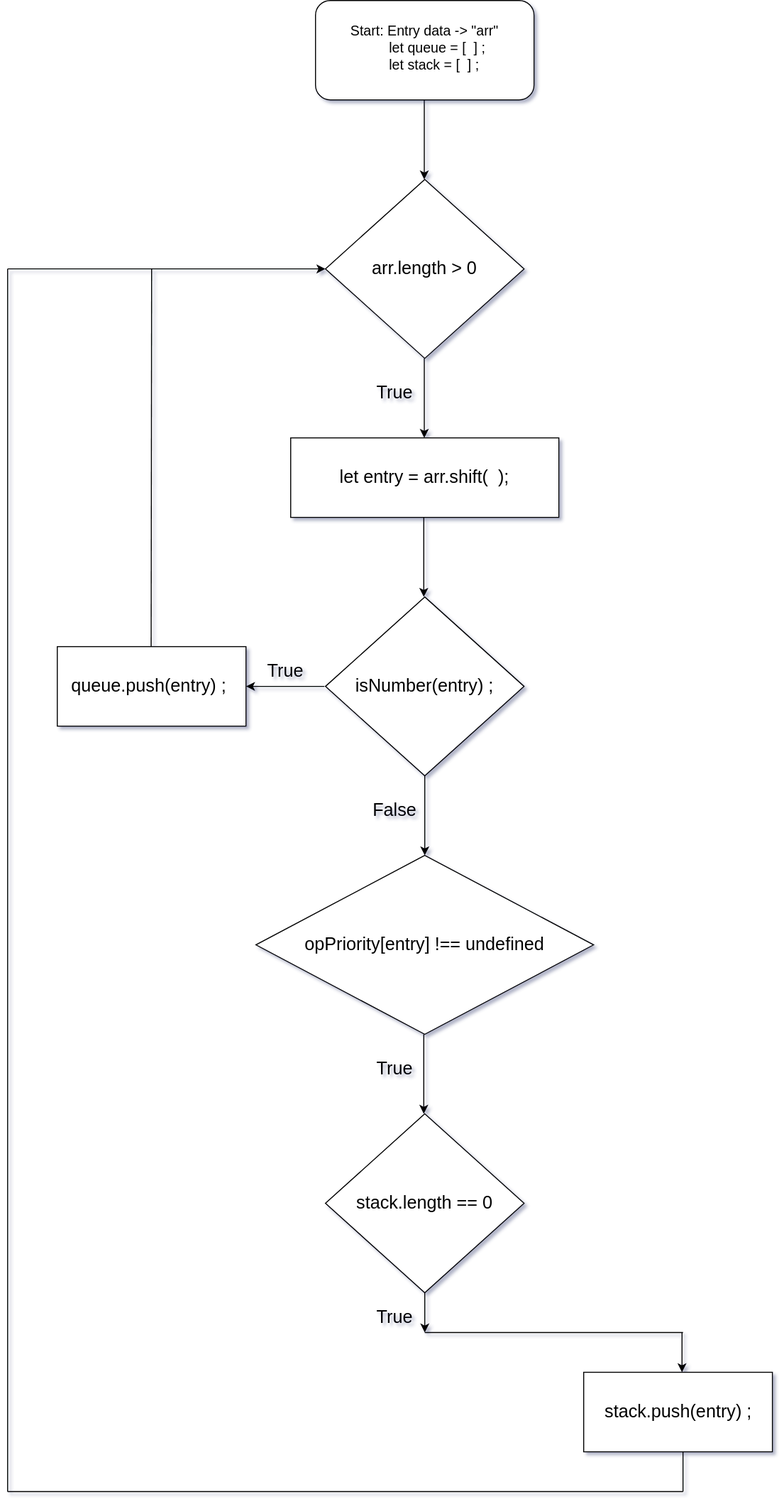
Above: Untitled Diagram.drawio.svg in jcgm3205/jcgm3205 (draw.io), before the change. Source tidied: cells renumbered, new cells last; positions are measured from the earlier drawing's top-left corner, leaving out a move shared by most shapes.
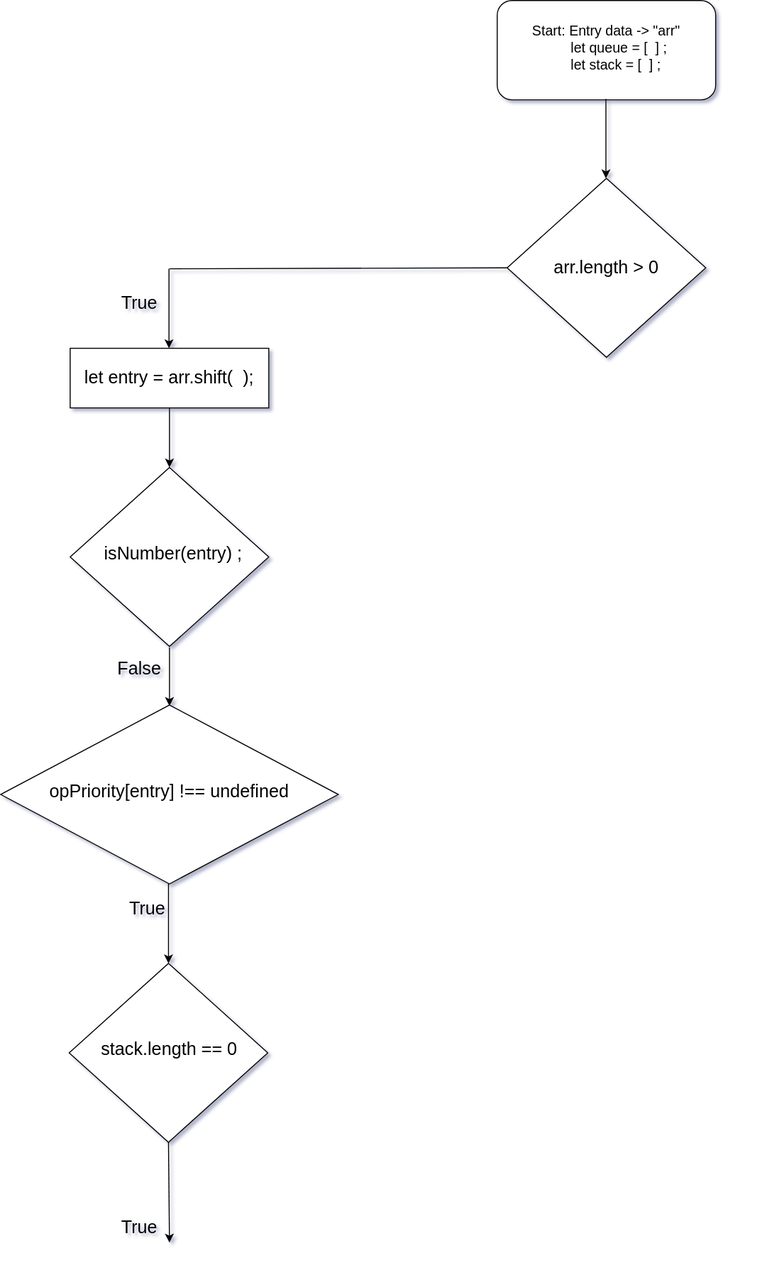
The same file after the commit.

Diff of the diagram source:
```diff
@@ -3,22 +3,22 @@
     <mxCell id="0" />
     <mxCell id="1" parent="0" />
     <mxCell id="2" style="rounded=1;whiteSpace=wrap;html=1;" parent="1" vertex="1">
-      <mxGeometry x="310" width="220" height="100" as="geometry" />
+      <mxGeometry x="750" y="90" width="220" height="100" as="geometry" />
     </mxCell>
     <mxCell id="3" value="&lt;font&gt;&lt;span style=&quot;font-size: 14px&quot;&gt;Start: Entry data -&amp;gt; &quot;arr&quot;&lt;/span&gt;&lt;br&gt;&lt;div style=&quot;text-align: left&quot;&gt;&lt;span style=&quot;font-size: 14px&quot;&gt;&amp;nbsp; &amp;nbsp; &amp;nbsp; &amp;nbsp; &amp;nbsp; let queue = [&amp;nbsp; ] ;&lt;/span&gt;&lt;/div&gt;&lt;div style=&quot;text-align: left&quot;&gt;&lt;span style=&quot;font-size: 14px&quot;&gt;&amp;nbsp; &amp;nbsp; &amp;nbsp; &amp;nbsp; &amp;nbsp; let stack = [&amp;nbsp; ] ;&lt;/span&gt;&lt;/div&gt;&lt;br&gt;&lt;/font&gt;" style="text;html=1;strokeColor=none;fillColor=none;align=center;verticalAlign=middle;whiteSpace=wrap;rounded=0;" parent="1" vertex="1">
-      <mxGeometry x="270" width="300" height="110" as="geometry" />
+      <mxGeometry x="710" y="90" width="300" height="110" as="geometry" />
     </mxCell>
     <mxCell id="4" style="endArrow=classic;html=1;rounded=0;fontSize=14;" parent="1" edge="1">
       <mxGeometry relative="1" as="geometry">
-        <mxPoint x="419.5" y="100" as="sourcePoint" />
-        <mxPoint x="419.5" y="180" as="targetPoint" />
+        <mxPoint x="859.5" y="189" as="sourcePoint" />
+        <mxPoint x="859.5" y="269" as="targetPoint" />
       </mxGeometry>
     </mxCell>
     <mxCell id="5" style="rhombus;whiteSpace=wrap;html=1;fontSize=14;" parent="1" vertex="1">
-      <mxGeometry x="320" y="180" width="200" height="180" as="geometry" />
+      <mxGeometry x="760" y="269" width="200" height="180" as="geometry" />
     </mxCell>
     <mxCell id="6" value="&lt;font style=&quot;font-size: 18px&quot;&gt;arr.length &amp;gt; 0&lt;/font&gt;" style="text;html=1;strokeColor=none;fillColor=none;align=center;verticalAlign=middle;whiteSpace=wrap;rounded=0;fontSize=14;" parent="1" vertex="1">
-      <mxGeometry x="360" y="220" width="120" height="100" as="geometry" />
+      <mxGeometry x="800" y="309" width="120" height="100" as="geometry" />
     </mxCell>
     <mxCell id="7" style="endArrow=classic;html=1;rounded=0;fontSize=14;" parent="1" edge="1">
       <mxGeometry relative="1" as="geometry">
@@ -30,120 +30,63 @@
       <mxGeometry x="360" y="380" width="60" height="30" as="geometry" />
     </mxCell>
     <mxCell id="9" style="rounded=0;whiteSpace=wrap;html=1;fontSize=18;" parent="1" vertex="1">
-      <mxGeometry x="285" y="440" width="270" height="80" as="geometry" />
+      <mxGeometry x="320" y="440" width="200" height="60" as="geometry" />
     </mxCell>
     <mxCell id="10" value="let entry = arr.shift(&amp;nbsp; );" style="text;html=1;strokeColor=none;fillColor=none;align=center;verticalAlign=middle;whiteSpace=wrap;rounded=0;fontSize=18;" parent="1" vertex="1">
-      <mxGeometry x="320" y="450" width="200" height="60" as="geometry" />
+      <mxGeometry x="320" y="440" width="200" height="60" as="geometry" />
     </mxCell>
-    <mxCell id="11" style="endArrow=classic;html=1;rounded=0;fontSize=14;" parent="1" edge="1">
-      <mxGeometry relative="1" as="geometry">
-        <mxPoint x="419" y="520" as="sourcePoint" />
-        <mxPoint x="419" y="600" as="targetPoint" />
-      </mxGeometry>
-    </mxCell>
     <mxCell id="12" style="rhombus;whiteSpace=wrap;html=1;fontSize=14;" parent="1" vertex="1">
-      <mxGeometry x="320" y="600" width="200" height="180" as="geometry" />
+      <mxGeometry x="320" y="560" width="200" height="180" as="geometry" />
     </mxCell>
     <mxCell id="13" value="isNumber(entry) ;" style="text;html=1;strokeColor=none;fillColor=none;align=center;verticalAlign=middle;whiteSpace=wrap;rounded=0;fontSize=18;" parent="1" vertex="1">
-      <mxGeometry x="340" y="640" width="160" height="100" as="geometry" />
+      <mxGeometry x="344" y="597" width="160" height="100" as="geometry" />
     </mxCell>
-    <mxCell id="14" style="endArrow=classic;html=1;rounded=0;fontSize=14;" parent="1" edge="1">
-      <mxGeometry relative="1" as="geometry">
-        <mxPoint x="319" y="690" as="sourcePoint" />
-        <mxPoint x="240" y="690" as="targetPoint" />
-      </mxGeometry>
-    </mxCell>
-    <mxCell id="15" value="True" style="text;html=1;strokeColor=none;fillColor=none;align=center;verticalAlign=middle;whiteSpace=wrap;rounded=0;fontSize=18;" parent="1" vertex="1">
-      <mxGeometry x="250" y="660" width="60" height="30" as="geometry" />
-    </mxCell>
-    <mxCell id="16" style="rounded=0;whiteSpace=wrap;html=1;fontSize=18;" parent="1" vertex="1">
-      <mxGeometry x="50" y="650" width="190" height="80" as="geometry" />
-    </mxCell>
-    <mxCell id="17" value="queue.push(entry) ;&amp;nbsp;" style="text;html=1;strokeColor=none;fillColor=none;align=center;verticalAlign=middle;whiteSpace=wrap;rounded=0;fontSize=18;" parent="1" vertex="1">
-      <mxGeometry x="45" y="670" width="200" height="40" as="geometry" />
-    </mxCell>
-    <mxCell id="18" style="endArrow=none;html=1;rounded=0;fontSize=18;" parent="1" edge="1">
-      <mxGeometry relative="1" as="geometry">
-        <mxPoint x="144.5" y="650" as="sourcePoint" />
-        <mxPoint x="145" y="270" as="targetPoint" />
-      </mxGeometry>
-    </mxCell>
     <mxCell id="19" style="endArrow=classic;html=1;rounded=0;fontSize=18;" parent="1" edge="1">
       <mxGeometry relative="1" as="geometry">
-        <mxPoint x="420" y="780" as="sourcePoint" />
-        <mxPoint x="420" y="860" as="targetPoint" />
+        <mxPoint x="420" y="741" as="sourcePoint" />
+        <mxPoint x="420" y="800" as="targetPoint" />
       </mxGeometry>
     </mxCell>
     <mxCell id="20" value="False" style="text;html=1;strokeColor=none;fillColor=none;align=center;verticalAlign=middle;whiteSpace=wrap;rounded=0;fontSize=18;" parent="1" vertex="1">
-      <mxGeometry x="360" y="800" width="60" height="30" as="geometry" />
+      <mxGeometry x="360" y="748" width="60" height="30" as="geometry" />
     </mxCell>
     <mxCell id="21" style="rhombus;whiteSpace=wrap;html=1;fontSize=14;" parent="1" vertex="1">
-      <mxGeometry x="250" y="860" width="340" height="180" as="geometry" />
+      <mxGeometry x="250" y="799" width="340" height="180" as="geometry" />
     </mxCell>
     <mxCell id="22" value="opPriority[entry] !== undefined" style="text;html=1;strokeColor=none;fillColor=none;align=center;verticalAlign=middle;whiteSpace=wrap;rounded=0;fontSize=18;" parent="1" vertex="1">
-      <mxGeometry x="290" y="910" width="260" height="80" as="geometry" />
+      <mxGeometry x="290" y="846" width="260" height="80" as="geometry" />
     </mxCell>
     <mxCell id="23" style="endArrow=classic;html=1;rounded=0;fontSize=18;" parent="1" edge="1">
       <mxGeometry relative="1" as="geometry">
-        <mxPoint x="419" y="1040" as="sourcePoint" />
-        <mxPoint x="419" y="1120" as="targetPoint" />
+        <mxPoint x="419" y="979" as="sourcePoint" />
+        <mxPoint x="419" y="1059" as="targetPoint" />
       </mxGeometry>
     </mxCell>
     <mxCell id="24" value="True" style="text;html=1;strokeColor=none;fillColor=none;align=center;verticalAlign=middle;whiteSpace=wrap;rounded=0;fontSize=18;" parent="1" vertex="1">
-      <mxGeometry x="360" y="1060" width="60" height="30" as="geometry" />
+      <mxGeometry x="368" y="989" width="60" height="30" as="geometry" />
     </mxCell>
     <mxCell id="25" style="rhombus;whiteSpace=wrap;html=1;fontSize=14;" parent="1" vertex="1">
-      <mxGeometry x="320" y="1120" width="200" height="180" as="geometry" />
+      <mxGeometry x="319" y="1059" width="200" height="180" as="geometry" />
     </mxCell>
     <mxCell id="26" value="stack.length == 0" style="text;html=1;strokeColor=none;fillColor=none;align=center;verticalAlign=middle;whiteSpace=wrap;rounded=0;fontSize=18;" parent="1" vertex="1">
-      <mxGeometry x="340" y="1160" width="160" height="100" as="geometry" />
+      <mxGeometry x="340" y="1096" width="160" height="100" as="geometry" />
     </mxCell>
-    <mxCell id="27" style="endArrow=classic;html=1;rounded=0;fontSize=18;entryX=0;entryY=0.5;entryDx=0;entryDy=0;" parent="1" edge="1" target="5">
-      <mxGeometry relative="1" as="geometry">
-        <mxPoint y="270" as="sourcePoint" />
-      </mxGeometry>
-    </mxCell>
     <mxCell id="28" style="endArrow=classic;html=1;rounded=0;fontSize=18;exitX=0.5;exitY=1;exitDx=0;exitDy=0;entryX=1;entryY=1;entryDx=0;entryDy=0;entryPerimeter=0;" parent="1" edge="1" source="25" target="29">
       <mxGeometry relative="1" as="geometry" />
     </mxCell>
     <mxCell id="29" value="True" style="text;html=1;strokeColor=none;fillColor=none;align=center;verticalAlign=middle;whiteSpace=wrap;rounded=0;fontSize=18;" parent="1" vertex="1">
       <mxGeometry x="360" y="1310" width="60" height="30" as="geometry" />
     </mxCell>
-    <mxCell id="30" style="endArrow=none;html=1;rounded=0;fontSize=18;" parent="1" edge="1">
-      <mxGeometry relative="1" as="geometry">
-        <mxPoint x="420" y="1340" as="sourcePoint" />
-        <mxPoint x="680" y="1340" as="targetPoint" />
-      </mxGeometry>
-    </mxCell>
-    <mxCell id="31" style="endArrow=classic;html=1;rounded=0;fontSize=18;" parent="1" edge="1">
-      <mxGeometry relative="1" as="geometry">
-        <mxPoint x="679" y="1340" as="sourcePoint" />
-        <mxPoint x="679" y="1380" as="targetPoint" />
-      </mxGeometry>
-    </mxCell>
-    <mxCell id="32" style="rounded=0;whiteSpace=wrap;html=1;fontSize=18;" parent="1" vertex="1">
-      <mxGeometry x="580" y="1380" width="190" height="80" as="geometry" />
-    </mxCell>
-    <mxCell id="33" value="stack.push(entry) ;" style="text;html=1;align=center;verticalAlign=middle;strokeColor=none;fillColor=none;fontSize=18;" parent="1" vertex="1">
-      <mxGeometry x="595" y="1405" width="160" height="30" as="geometry" />
-    </mxCell>
-    <mxCell id="34" style="endArrow=none;html=1;rounded=0;fontSize=18;exitX=0.5;exitY=1;exitDx=0;exitDy=0;" parent="1" edge="1">
-      <mxGeometry relative="1" as="geometry">
-        <mxPoint x="680" y="1460" as="sourcePoint" />
-        <mxPoint x="680" y="1500" as="targetPoint" />
-      </mxGeometry>
-    </mxCell>
-    <mxCell id="35" style="endArrow=none;html=1;rounded=0;fontSize=18;" parent="1" edge="1">
-      <mxGeometry relative="1" as="geometry">
-        <mxPoint y="1500" as="sourcePoint" />
-        <mxPoint x="680" y="1500" as="targetPoint" />
-      </mxGeometry>
-    </mxCell>
-    <mxCell id="36" style="endArrow=none;html=1;rounded=0;fontSize=18;" parent="1" edge="1">
-      <mxGeometry relative="1" as="geometry">
-        <mxPoint y="1500" as="sourcePoint" />
-        <mxPoint y="270" as="targetPoint" />
-      </mxGeometry>
-    </mxCell>
+    <mxCell id="37" style="endArrow=none;html=1;rounded=0;exitX=0;exitY=0.5;exitDx=0;exitDy=0;" parent="1" edge="1" source="5">
+      <mxGeometry relative="1" as="geometry">
+        <mxPoint x="420" y="360" as="targetPoint" />
+      </mxGeometry>
+    </mxCell>
+    <mxCell id="38" style="endArrow=classic;html=1;rounded=0;" parent="1" edge="1">
+      <mxGeometry relative="1" as="geometry">
+        <mxPoint x="420" y="500" as="sourcePoint" />
+        <mxPoint x="420" y="560" as="targetPoint" />
+      </mxGeometry>
+    </mxCell>
   </root>
 </mxGraphModel>
```
